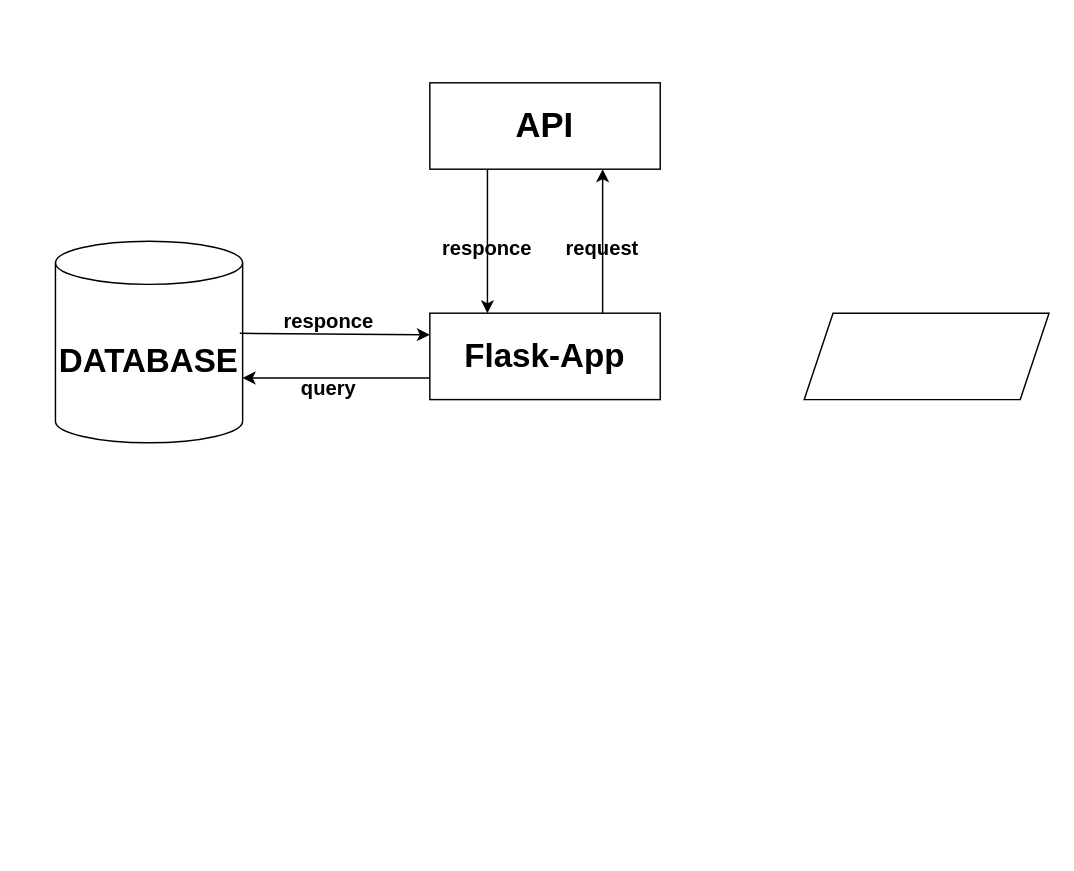
The draw.io diagram Quotes-App.drawio in hima890/Quotes-APP, before the edit. Source tidied: cells renumbered, new cells numbered last; positions are measured from the earlier drawing's top-left corner, leaving out a move shared by most shapes. Both pictures are drawn from the tidied source at 144%, with x=0, y=0 at pixel (55, 82).
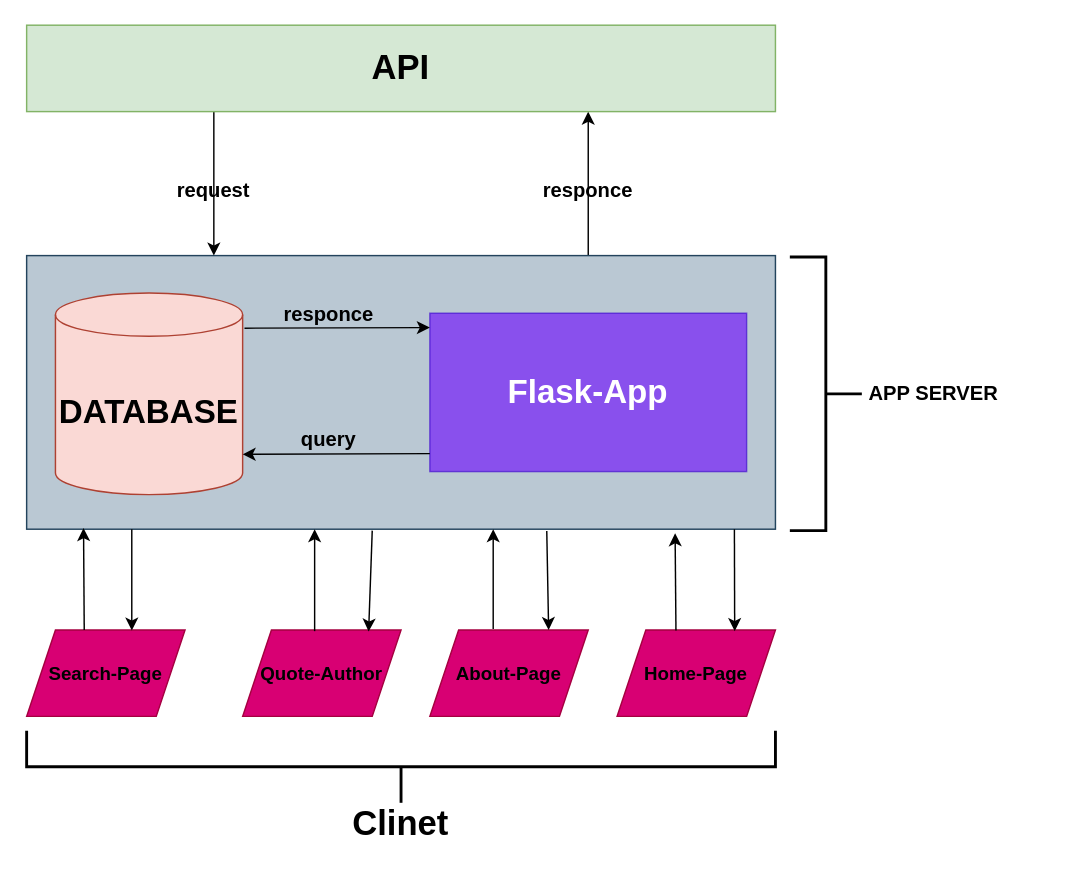
The same page after the edit.

What changed in the source:
```diff
@@
+    <mxCell id="14" style="edgeStyle=orthogonalEdgeStyle;rounded=0;jettySize=auto;html=1;exitX=0.75;exitY=0;exitDx=0;exitDy=0;entryX=0.75;entryY=1;entryDx=0;entryDy=0;" parent="1" edge="1" source="15" target="2">
+      <mxGeometry relative="1" as="geometry" />
+    </mxCell>
+    <mxCell id="15" style="rounded=0;whiteSpace=wrap;html=1;fillColor=#bac8d3;strokeColor=#23445d;" parent="1" vertex="1">
+      <mxGeometry x="-20" y="120" width="520" height="190" as="geometry" />
+    </mxCell>
+    <mxCell id="16" style="edgeStyle=orthogonalEdgeStyle;rounded=0;jettySize=auto;html=1;exitX=0.25;exitY=1;exitDx=0;exitDy=0;entryX=0.25;entryY=0;entryDx=0;entryDy=0;" parent="1" edge="1" source="2" target="15">
+      <mxGeometry relative="1" as="geometry" />
+    </mxCell>
-    <mxCell id="2" value="&lt;b&gt;&lt;font style=&quot;font-size: 24px;&quot;&gt;API&lt;/font&gt;&lt;/b&gt;" style="rounded=0;whiteSpace=wrap;html=1;" parent="1" vertex="1">
-      <mxGeometry x="260" width="160" height="60" as="geometry" />
+    <mxCell id="2" value="&lt;b&gt;&lt;font style=&quot;font-size: 24px;&quot;&gt;API&lt;/font&gt;&lt;/b&gt;" style="rounded=0;whiteSpace=wrap;html=1;fillColor=#d5e8d4;strokeColor=#82b366;" parent="1" vertex="1">
+      <mxGeometry x="-20" y="-40" width="520" height="60" as="geometry" />
     </mxCell>
-    <mxCell id="3" value="&lt;b&gt;&lt;font style=&quot;font-size: 23px;&quot;&gt;Flask-App&lt;/font&gt;&lt;/b&gt;" style="rounded=0;whiteSpace=wrap;html=1;" parent="1" vertex="1">
-      <mxGeometry x="260" y="160" width="160" height="60" as="geometry" />
+    <mxCell id="3" value="&lt;b&gt;&lt;font style=&quot;font-size: 23px;&quot;&gt;Flask-App&lt;/font&gt;&lt;/b&gt;" style="rounded=0;whiteSpace=wrap;html=1;fillColor=#6a00ff;fontColor=#ffffff;strokeColor=#3700CC;glass=0;shadow=0;opacity=60;" parent="1" vertex="1">
+      <mxGeometry x="260" y="160" width="220" height="110" as="geometry" />
     </mxCell>
-    <mxCell id="4" style="endArrow=classic;html=1;rounded=0;exitX=0.75;exitY=0;exitDx=0;exitDy=0;entryX=0.75;entryY=1;entryDx=0;entryDy=0;" parent="1" edge="1" source="3" target="2">
-      <mxGeometry relative="1" as="geometry" />
-    </mxCell>
-    <mxCell id="5" style="endArrow=classic;html=1;rounded=0;exitX=0.25;exitY=1;exitDx=0;exitDy=0;entryX=0.25;entryY=0;entryDx=0;entryDy=0;" parent="1" edge="1" source="2" target="3">
-      <mxGeometry relative="1" as="geometry" />
-    </mxCell>
     <mxCell id="6" value="request" style="text;html=1;align=center;verticalAlign=middle;whiteSpace=wrap;rounded=0;fontStyle=1;fontSize=14;textShadow=0;" parent="1" vertex="1">
-      <mxGeometry x="350" y="100" width="60" height="30" as="geometry" />
+      <mxGeometry x="80" y="60" width="60" height="30" as="geometry" />
     </mxCell>
     <mxCell id="7" value="responce" style="text;html=1;align=center;verticalAlign=middle;whiteSpace=wrap;rounded=0;fontStyle=1;fontSize=14;textShadow=0;" parent="1" vertex="1">
-      <mxGeometry x="270" y="100" width="60" height="30" as="geometry" />
+      <mxGeometry x="340" y="60" width="60" height="30" as="geometry" />
     </mxCell>
-    <mxCell id="8" style="shape=parallelogram;perimeter=parallelogramPerimeter;whiteSpace=wrap;html=1;fixedSize=1;" parent="1" vertex="1">
-      <mxGeometry x="520" y="160" width="170" height="60" as="geometry" />
+    <mxCell id="8" value="Home-Page" style="shape=parallelogram;perimeter=parallelogramPerimeter;whiteSpace=wrap;html=1;fixedSize=1;fillColor=#d80073;strokeColor=#A50040;fontColor=#000000;fillStyle=auto;fontStyle=1;fontSize=13;" parent="1" vertex="1">
+      <mxGeometry x="390" y="380" width="110" height="60" as="geometry" />
     </mxCell>
-    <mxCell id="9" value="&lt;b&gt;&lt;font style=&quot;font-size: 23px;&quot;&gt;DATABASE&lt;/font&gt;&lt;/b&gt;" style="shape=cylinder3;whiteSpace=wrap;html=1;boundedLbl=1;backgroundOutline=1;size=15;" parent="1" vertex="1">
-      <mxGeometry y="110" width="130" height="140" as="geometry" />
+    <mxCell id="9" value="&lt;b&gt;&lt;font style=&quot;font-size: 23px;&quot;&gt;DATABASE&lt;/font&gt;&lt;/b&gt;" style="shape=cylinder3;whiteSpace=wrap;html=1;boundedLbl=1;backgroundOutline=1;size=15;fillColor=#fad9d5;strokeColor=#ae4132;" parent="1" vertex="1">
+      <mxGeometry y="146" width="130" height="140" as="geometry" />
     </mxCell>
-    <mxCell id="10" style="endArrow=classic;html=1;rounded=0;entryX=0;entryY=0.25;entryDx=0;entryDy=0;exitX=0.985;exitY=0.457;exitDx=0;exitDy=0;exitPerimeter=0;" parent="1" edge="1" source="9" target="3">
-      <mxGeometry relative="1" as="geometry" />
+    <mxCell id="10" style="endArrow=classic;html=1;rounded=0;entryX=-0.015;entryY=0.419;entryDx=0;entryDy=0;exitX=0.985;exitY=0.457;exitDx=0;exitDy=0;exitPerimeter=0;entryPerimeter=0;" parent="1" edge="1">
+      <mxGeometry relative="1" as="geometry">
+        <mxPoint x="131.3" y="170.4" as="sourcePoint" />
+        <mxPoint x="260" y="170" as="targetPoint" />
+      </mxGeometry>
     </mxCell>
-    <mxCell id="11" style="endArrow=classic;html=1;rounded=0;exitX=0;exitY=0.75;exitDx=0;exitDy=0;" parent="1" edge="1" source="3">
+    <mxCell id="11" style="endArrow=classic;html=1;rounded=0;exitX=0;exitY=0.75;exitDx=0;exitDy=0;" parent="1" edge="1">
       <mxGeometry relative="1" as="geometry">
-        <mxPoint x="130" y="205" as="targetPoint" />
+        <mxPoint x="260" y="257.5" as="sourcePoint" />
+        <mxPoint x="130" y="258" as="targetPoint" />
       </mxGeometry>
     </mxCell>
-    <mxCell id="12" value="responce" style="text;html=1;align=center;verticalAlign=middle;whiteSpace=wrap;rounded=0;fontStyle=1;fontSize=14;textShadow=0;" parent="1" vertex="1">
-      <mxGeometry x="160" y="151" width="60" height="30" as="geometry" />
+    <mxCell id="12" value="APP SERVER" style="text;html=1;align=center;verticalAlign=middle;whiteSpace=wrap;rounded=0;fontStyle=1;fontSize=14;textShadow=0;" parent="1" vertex="1">
+      <mxGeometry x="560" y="201" width="100" height="30" as="geometry" />
     </mxCell>
     <mxCell id="13" value="query" style="text;html=1;align=center;verticalAlign=middle;whiteSpace=wrap;rounded=0;fontStyle=1;fontSize=14;textShadow=0;" parent="1" vertex="1">
-      <mxGeometry x="160" y="197" width="60" height="30" as="geometry" />
+      <mxGeometry x="160" y="233" width="60" height="30" as="geometry" />
     </mxCell>
+    <mxCell id="17" style="strokeWidth=2;html=1;shape=mxgraph.flowchart.annotation_2;align=left;labelPosition=right;direction=west;" parent="1" vertex="1">
+      <mxGeometry x="510" y="121" width="50" height="190" as="geometry" />
+    </mxCell>
+    <mxCell id="18" value="responce" style="text;html=1;align=center;verticalAlign=middle;whiteSpace=wrap;rounded=0;fontStyle=1;fontSize=14;textShadow=0;" parent="1" vertex="1">
+      <mxGeometry x="160" y="146" width="60" height="30" as="geometry" />
+    </mxCell>
+    <mxCell id="19" value="About-Page" style="shape=parallelogram;perimeter=parallelogramPerimeter;whiteSpace=wrap;html=1;fixedSize=1;fillColor=#d80073;strokeColor=#A50040;fontColor=#000000;fillStyle=auto;fontStyle=1;fontSize=13;" parent="1" vertex="1">
+      <mxGeometry x="260" y="380" width="110" height="60" as="geometry" />
+    </mxCell>
+    <mxCell id="20" value="Quote-Author" style="shape=parallelogram;perimeter=parallelogramPerimeter;whiteSpace=wrap;html=1;fixedSize=1;fillColor=#d80073;strokeColor=#A50040;fontColor=#000000;fillStyle=auto;fontStyle=1;fontSize=13;" parent="1" vertex="1">
+      <mxGeometry x="130" y="380" width="110" height="60" as="geometry" />
+    </mxCell>
+    <mxCell id="21" value="Search-Page" style="shape=parallelogram;perimeter=parallelogramPerimeter;whiteSpace=wrap;html=1;fixedSize=1;fillColor=#d80073;strokeColor=#A50040;fontColor=#000000;fillStyle=auto;fontStyle=1;fontSize=13;" parent="1" vertex="1">
+      <mxGeometry x="-20" y="380" width="110" height="60" as="geometry" />
+    </mxCell>
+    <mxCell id="22" style="endArrow=classic;html=1;rounded=0;entryX=0.888;entryY=0.013;entryDx=0;entryDy=0;entryPerimeter=0;" parent="1" edge="1">
+      <mxGeometry relative="1" as="geometry">
+        <mxPoint x="471.5" y="310" as="sourcePoint" />
+        <mxPoint x="471.7" y="380.8" as="targetPoint" />
+      </mxGeometry>
+    </mxCell>
+    <mxCell id="23" style="endArrow=classic;html=1;rounded=0;entryX=0.75;entryY=0;entryDx=0;entryDy=0;exitX=0.685;exitY=1.007;exitDx=0;exitDy=0;exitPerimeter=0;" parent="1" edge="1" target="19">
+      <mxGeometry relative="1" as="geometry">
+        <mxPoint x="341.2" y="311.3" as="sourcePoint" />
+      </mxGeometry>
+    </mxCell>
+    <mxCell id="24" style="endArrow=classic;html=1;rounded=0;" parent="1" edge="1">
+      <mxGeometry relative="1" as="geometry">
+        <mxPoint x="180" y="380.8" as="sourcePoint" />
+        <mxPoint x="180" y="310" as="targetPoint" />
+      </mxGeometry>
+    </mxCell>
+    <mxCell id="25" style="endArrow=classic;html=1;rounded=0;entryX=0.75;entryY=0;entryDx=0;entryDy=0;" parent="1" edge="1">
+      <mxGeometry relative="1" as="geometry">
+        <mxPoint x="220" y="311" as="sourcePoint" />
+        <mxPoint x="217.5" y="381" as="targetPoint" />
+      </mxGeometry>
+    </mxCell>
+    <mxCell id="26" style="endArrow=classic;html=1;rounded=0;entryX=0.076;entryY=0.996;entryDx=0;entryDy=0;entryPerimeter=0;" parent="1" edge="1" target="15">
+      <mxGeometry relative="1" as="geometry">
+        <mxPoint x="20" y="380" as="sourcePoint" />
+      </mxGeometry>
+    </mxCell>
+    <mxCell id="27" style="endArrow=classic;html=1;rounded=0;entryX=0.664;entryY=0.007;entryDx=0;entryDy=0;entryPerimeter=0;" parent="1" edge="1" target="21">
+      <mxGeometry relative="1" as="geometry">
+        <mxPoint x="53" y="310" as="sourcePoint" />
+      </mxGeometry>
+    </mxCell>
+    <mxCell id="28" style="endArrow=classic;html=1;rounded=0;exitX=0.36;exitY=0.006;exitDx=0;exitDy=0;exitPerimeter=0;" parent="1" edge="1">
+      <mxGeometry relative="1" as="geometry">
+        <mxPoint x="304" y="379.3" as="sourcePoint" />
+        <mxPoint x="304" y="310" as="targetPoint" />
+      </mxGeometry>
+    </mxCell>
+    <mxCell id="29" style="endArrow=classic;html=1;rounded=0;exitX=0.372;exitY=0.006;exitDx=0;exitDy=0;exitPerimeter=0;entryX=0.866;entryY=1.015;entryDx=0;entryDy=0;entryPerimeter=0;" parent="1" edge="1" source="8" target="15">
+      <mxGeometry relative="1" as="geometry" />
+    </mxCell>
+    <mxCell id="30" style="strokeWidth=2;html=1;shape=mxgraph.flowchart.annotation_2;align=left;labelPosition=right;direction=north;" parent="1" vertex="1">
+      <mxGeometry x="-20" y="450" width="520" height="50" as="geometry" />
+    </mxCell>
+    <mxCell id="31" value="&lt;b&gt;&lt;font style=&quot;font-size: 24px;&quot;&gt;Clinet&lt;/font&gt;&lt;/b&gt;" style="text;html=1;align=center;verticalAlign=middle;whiteSpace=wrap;rounded=0;" parent="1" vertex="1">
+      <mxGeometry x="200" y="500" width="80" height="30" as="geometry" />
+    </mxCell>
```
